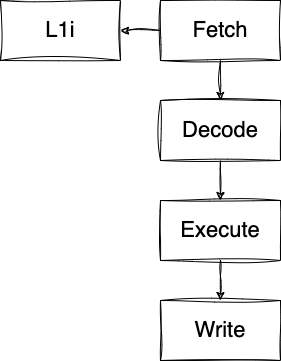
teivah/majorana keeps this draw.io diagram as res/mvm-2.png. Above is the earlier version. Source tidied: cells renumbered, new cells last; positions are measured from the earlier drawing's top-left corner, leaving out a move shared by most shapes. Source of this version:
```xml
<mxGraphModel>
  <root>
    <mxCell id="0" />
    <mxCell id="1" parent="0" />
    <mxCell id="2" value="Fetch" style="rounded=0;whiteSpace=wrap;html=1;sketch=1;curveFitting=1;jiggle=2;fontSize=22;" parent="1" vertex="1">
      <mxGeometry x="160" width="120" height="60" as="geometry" />
    </mxCell>
    <mxCell id="3" value="Decode" style="rounded=0;whiteSpace=wrap;html=1;sketch=1;curveFitting=1;jiggle=2;fontSize=22;" parent="1" vertex="1">
      <mxGeometry x="160" y="100" width="120" height="60" as="geometry" />
    </mxCell>
    <mxCell id="4" style="endArrow=classic;html=1;rounded=0;exitX=0.5;exitY=1;exitDx=0;exitDy=0;sketch=1;curveFitting=1;jiggle=2;" parent="1" edge="1" source="2" target="3">
      <mxGeometry relative="1" as="geometry" />
    </mxCell>
    <mxCell id="5" value="Execute" style="rounded=0;whiteSpace=wrap;html=1;sketch=1;curveFitting=1;jiggle=2;fontSize=22;" parent="1" vertex="1">
      <mxGeometry x="160" y="200" width="120" height="60" as="geometry" />
    </mxCell>
    <mxCell id="6" value="Write" style="rounded=0;whiteSpace=wrap;html=1;sketch=1;curveFitting=1;jiggle=2;fontSize=22;" parent="1" vertex="1">
      <mxGeometry x="160" y="300" width="120" height="60" as="geometry" />
    </mxCell>
    <mxCell id="7" style="endArrow=classic;html=1;rounded=0;sketch=1;curveFitting=1;jiggle=2;entryX=0.5;entryY=0;entryDx=0;entryDy=0;" parent="1" edge="1" target="5">
      <mxGeometry relative="1" as="geometry">
        <mxPoint x="220" y="160" as="sourcePoint" />
      </mxGeometry>
    </mxCell>
    <mxCell id="8" style="endArrow=classic;html=1;rounded=0;sketch=1;curveFitting=1;jiggle=2;entryX=0.5;entryY=0;entryDx=0;entryDy=0;exitX=0.5;exitY=1;exitDx=0;exitDy=0;" parent="1" edge="1" source="5" target="6">
      <mxGeometry relative="1" as="geometry" />
    </mxCell>
    <mxCell id="9" value="L1i" style="rounded=0;whiteSpace=wrap;html=1;sketch=1;curveFitting=1;jiggle=2;fontSize=22;" parent="1" vertex="1">
      <mxGeometry width="120" height="60" as="geometry" />
    </mxCell>
    <mxCell id="10" style="endArrow=classic;html=1;rounded=0;exitX=0;exitY=0.5;exitDx=0;exitDy=0;sketch=1;curveFitting=1;jiggle=2;entryX=1;entryY=0.5;entryDx=0;entryDy=0;" parent="1" edge="1" source="2" target="9">
      <mxGeometry relative="1" as="geometry" />
    </mxCell>
  </root>
</mxGraphModel>
```
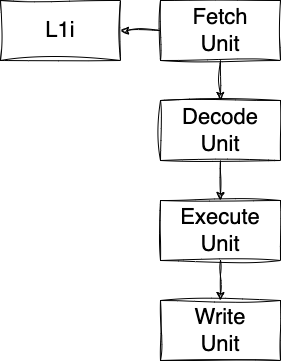
The same diagram one commit later.

Change to the diagram source:
```diff
@@ -2,19 +2,19 @@
   <root>
     <mxCell id="0" />
     <mxCell id="1" parent="0" />
-    <mxCell id="2" value="Fetch" style="rounded=0;whiteSpace=wrap;html=1;sketch=1;curveFitting=1;jiggle=2;fontSize=22;" parent="1" vertex="1">
+    <mxCell id="2" value="Fetch&lt;br&gt;Unit" style="rounded=0;whiteSpace=wrap;html=1;sketch=1;curveFitting=1;jiggle=2;fontSize=22;" parent="1" vertex="1">
       <mxGeometry x="160" width="120" height="60" as="geometry" />
     </mxCell>
-    <mxCell id="3" value="Decode" style="rounded=0;whiteSpace=wrap;html=1;sketch=1;curveFitting=1;jiggle=2;fontSize=22;" parent="1" vertex="1">
+    <mxCell id="3" value="Decode&lt;br&gt;Unit" style="rounded=0;whiteSpace=wrap;html=1;sketch=1;curveFitting=1;jiggle=2;fontSize=22;" parent="1" vertex="1">
       <mxGeometry x="160" y="100" width="120" height="60" as="geometry" />
     </mxCell>
     <mxCell id="4" style="endArrow=classic;html=1;rounded=0;exitX=0.5;exitY=1;exitDx=0;exitDy=0;sketch=1;curveFitting=1;jiggle=2;" parent="1" edge="1" source="2" target="3">
       <mxGeometry relative="1" as="geometry" />
     </mxCell>
-    <mxCell id="5" value="Execute" style="rounded=0;whiteSpace=wrap;html=1;sketch=1;curveFitting=1;jiggle=2;fontSize=22;" parent="1" vertex="1">
+    <mxCell id="5" value="Execute&lt;br&gt;Unit" style="rounded=0;whiteSpace=wrap;html=1;sketch=1;curveFitting=1;jiggle=2;fontSize=22;" parent="1" vertex="1">
       <mxGeometry x="160" y="200" width="120" height="60" as="geometry" />
     </mxCell>
-    <mxCell id="6" value="Write" style="rounded=0;whiteSpace=wrap;html=1;sketch=1;curveFitting=1;jiggle=2;fontSize=22;" parent="1" vertex="1">
+    <mxCell id="6" value="Write&lt;br&gt;Unit" style="rounded=0;whiteSpace=wrap;html=1;sketch=1;curveFitting=1;jiggle=2;fontSize=22;" parent="1" vertex="1">
       <mxGeometry x="160" y="300" width="120" height="60" as="geometry" />
     </mxCell>
     <mxCell id="7" style="endArrow=classic;html=1;rounded=0;sketch=1;curveFitting=1;jiggle=2;entryX=0.5;entryY=0;entryDx=0;entryDy=0;" parent="1" edge="1" target="5">
```
